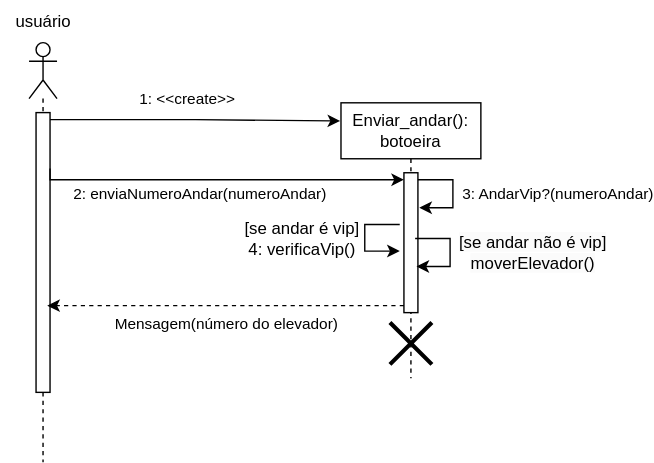
The draw.io diagram Diagrama-Sequencia/Enviar_andar.svg in wholocked1/Projeto-2-modelagem, before a commit. Source tidied: cells renumbered, new cells last; positions are measured from the earlier drawing's top-left corner, leaving out a move shared by most shapes.
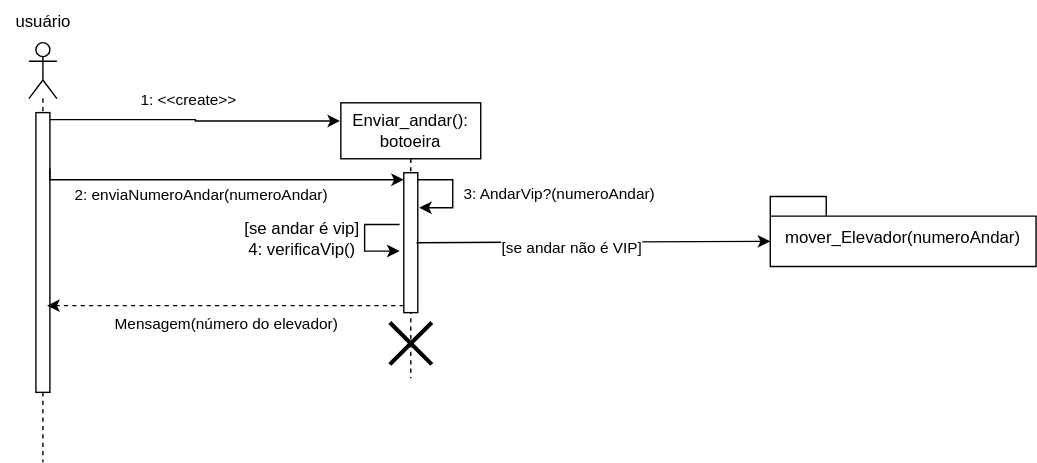
Above is the later version.

Diff of the diagram source:
```diff
@@ -66,21 +66,6 @@
     <mxCell id="14" value="[se andar é vip]&lt;br&gt;4: verificaVip()" style="text;html=1;align=center;verticalAlign=middle;strokeColor=none;fillColor=none;" parent="1" vertex="1">
       <mxGeometry x="160" y="150" width="110" height="40" as="geometry" />
     </mxCell>
-    <mxCell id="15" style="edgeStyle=orthogonalEdgeStyle;rounded=0;orthogonalLoop=1;jettySize=auto;html=1;curved=0;exitX=1;exitY=0;exitDx=0;exitDy=5;exitPerimeter=0;" parent="1" edge="1">
-      <mxGeometry relative="1" as="geometry">
-        <mxPoint x="296" y="170" as="sourcePoint" />
-        <mxPoint x="297" y="190" as="targetPoint" />
-        <Array as="points">
-          <mxPoint x="321" y="170" />
-          <mxPoint x="321" y="190" />
-        </Array>
-      </mxGeometry>
-    </mxCell>
-    <mxCell id="16" value="&lt;span style=&quot;font-size: 12px; background-color: rgb(251, 251, 251);&quot;&gt;[se andar não é vip]&lt;/span&gt;&lt;br style=&quot;font-size: 12px; background-color: rgb(251, 251, 251);&quot;&gt;&lt;span style=&quot;font-size: 12px; background-color: rgb(251, 251, 251);&quot;&gt;moverElevador()&lt;/span&gt;" style="edgeLabel;html=1;align=center;verticalAlign=middle;" parent="15" vertex="1">
-      <mxGeometry x="0.17" y="-1" relative="1" as="geometry">
-        <mxPoint x="60" y="-6" as="offset" />
-      </mxGeometry>
-    </mxCell>
     <mxCell id="17" value="usuário" style="text;html=1;align=center;verticalAlign=middle;strokeColor=none;fillColor=none;" parent="1" vertex="1">
       <mxGeometry width="60" height="30" as="geometry" />
     </mxCell>
@@ -94,5 +79,16 @@
         <mxPoint x="7" y="12" as="offset" />
       </mxGeometry>
     </mxCell>
+    <mxCell id="20" value="&lt;span style=&quot;font-weight: 400; text-wrap: nowrap;&quot;&gt;mover_Elevador(numeroAndar)&lt;/span&gt;" style="shape=folder;fontStyle=1;spacingTop=10;tabWidth=40;tabHeight=14;tabPosition=left;html=1;whiteSpace=wrap;" parent="1" vertex="1">
+      <mxGeometry x="550" y="140" width="190" height="50" as="geometry" />
+    </mxCell>
+    <mxCell id="21" style="endArrow=classic;html=1;rounded=0;entryX=0;entryY=0;entryDx=0;entryDy=32;entryPerimeter=0;" parent="1" edge="1" target="20">
+      <mxGeometry relative="1" as="geometry">
+        <mxPoint x="297" y="173" as="sourcePoint" />
+      </mxGeometry>
+    </mxCell>
+    <mxCell id="22" value="[se andar não é VIP]" style="edgeLabel;html=1;align=center;verticalAlign=middle;" parent="21" vertex="1">
+      <mxGeometry x="-0.13" y="-4" relative="1" as="geometry" />
+    </mxCell>
   </root>
 </mxGraphModel>
```
